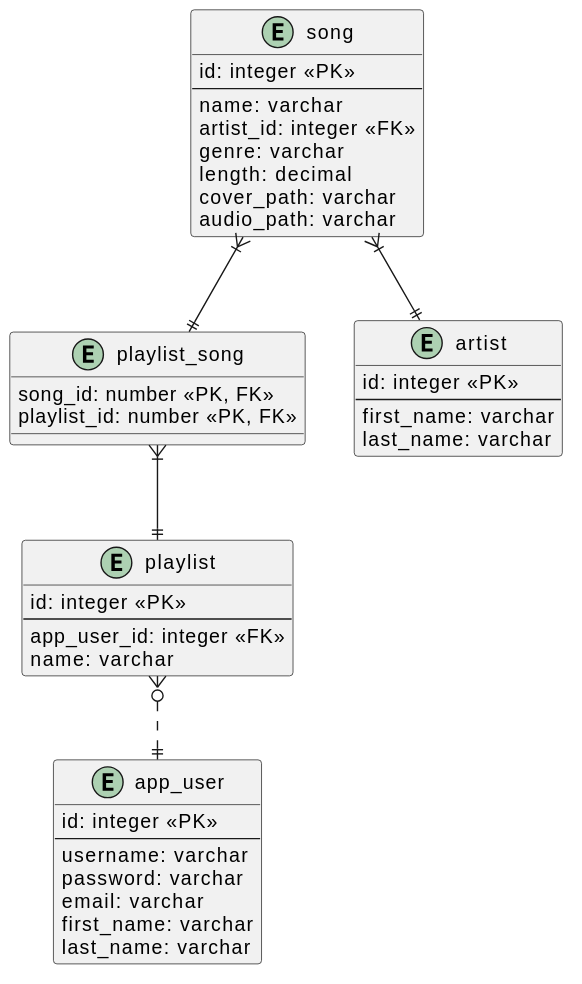
The PlantUML diagram er.svg in thisisnotruben/music_play, before a commit. The source it was exported from:
```plantuml
@startuml
entity song {
    id: integer <<PK>>
    --
    name: varchar
    artist_id: integer <<FK>>
    genre: varchar
    length: decimal
    cover_path: varchar
    audio_path: varchar
}

entity playlist {
    id: integer <<PK>>
    --
    app_user_id: integer <<FK>>
    name: varchar
}

entity playlist_song {
    song_id: number <<PK, FK>>
    playlist_id: number <<PK, FK>>
}

entity artist {
    id: integer <<PK>>
    --
    first_name: varchar
    last_name: varchar
}

entity app_user {
    id: integer <<PK>>
    --
    username: varchar
    password: varchar
    email: varchar
    first_name: varchar
    last_name: varchar
}

song}|--||playlist_song
song}|--||artist
playlist_song}|--||playlist

playlist}o..||app_user
@enduml
```
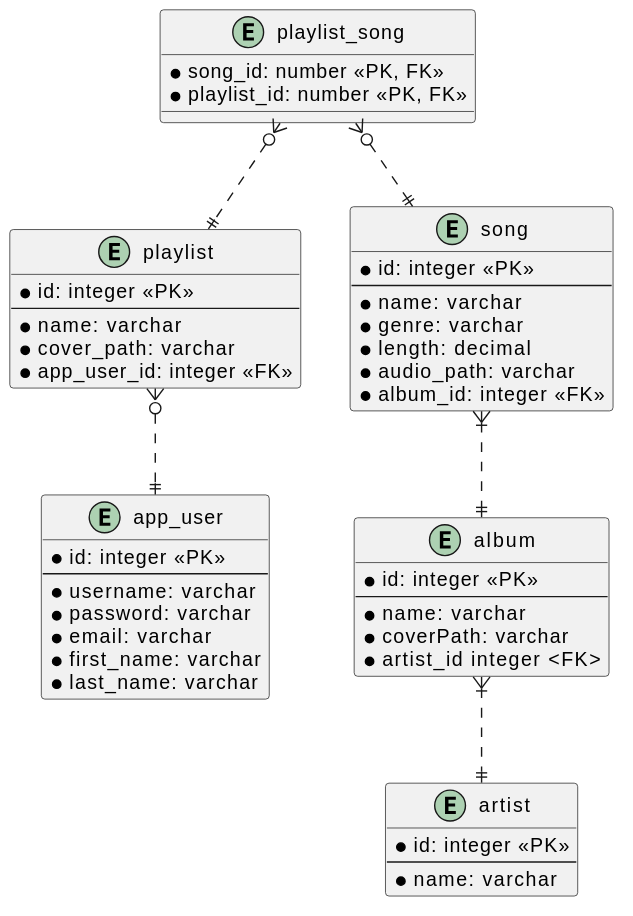
After the change.

What changed in the source:
```diff
@@ -1,47 +1,56 @@
 @startuml
-entity song {
-    id: integer <<PK>>
+
+entity album {
+    * id: integer <<PK>>
     --
-    name: varchar
-    artist_id: integer <<FK>>
-    genre: varchar
-    length: decimal
-    cover_path: varchar
-    audio_path: varchar
+    * name: varchar
+    * coverPath: varchar
+    * artist_id integer <FK>
+}
+
+entity app_user {
+    * id: integer <<PK>>
+    --
+    * username: varchar
+    * password: varchar
+    * email: varchar
+    * first_name: varchar
+    * last_name: varchar
+}
+
+entity artist {
+    * id: integer <<PK>>
+    --
+    * name: varchar
 }
 
 entity playlist {
-    id: integer <<PK>>
+    * id: integer <<PK>>
     --
-    app_user_id: integer <<FK>>
-    name: varchar
+    * name: varchar
+    * cover_path: varchar
+    * app_user_id: integer <<FK>>
 }
 
 entity playlist_song {
-    song_id: number <<PK, FK>>
-    playlist_id: number <<PK, FK>>
+    * song_id: number <<PK, FK>>
+    * playlist_id: number <<PK, FK>>
 }
 
-entity artist {
-    id: integer <<PK>>
+entity song {
+    * id: integer <<PK>>
     --
-    first_name: varchar
-    last_name: varchar
+    * name: varchar
+    * genre: varchar
+    * length: decimal
+    * audio_path: varchar
+    * album_id: integer <<FK>>
 }
 
-entity app_user {
-    id: integer <<PK>>
-    --
-    username: varchar
-    password: varchar
-    email: varchar
-    first_name: varchar
-    last_name: varchar
-}
+song}|..||album
+album}|..||artist
 
-song}|--||playlist_song
-song}|--||artist
-playlist_song}|--||playlist
-
+playlist_song}o..||song
+playlist_song}o..||playlist
 playlist}o..||app_user
 @enduml
```
